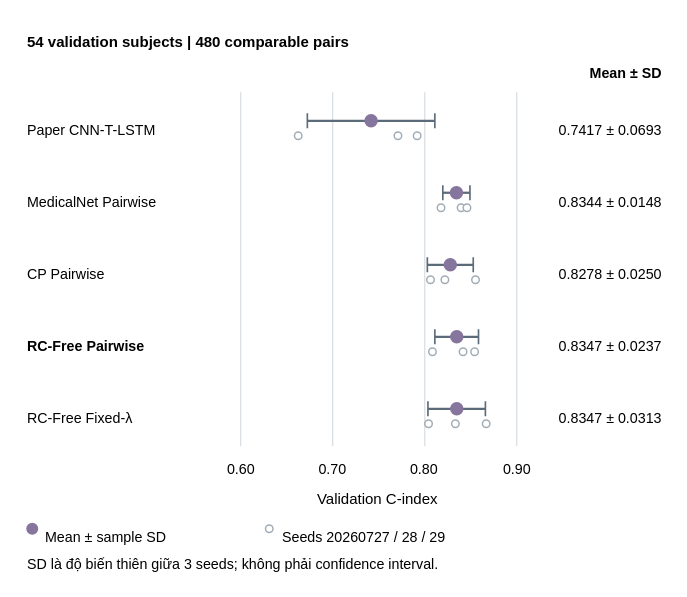
moimoi05/kltn keeps this draw.io diagram as figures_source/standardized-benchmark.drawio. Above is the earlier version. Source tidied: cells renumbered, new cells numbered last; positions are measured from the earlier drawing's top-left corner, leaving out a move shared by most shapes. Both pictures are drawn from the tidied source at 150%, with x=0, y=0 at pixel (27, 26).
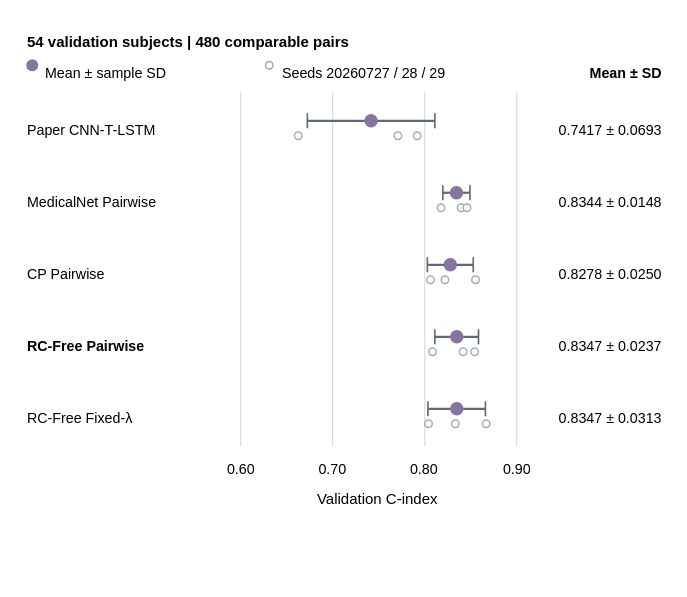
The same page after the edit.

Change to the diagram source:
```diff
@@
     <mxCell id="58" style="html=1;fontFamily=Arial;fontColor=#000000;whiteSpace=wrap;ellipse;fillColor=#86759D;strokeColor=#86759D;strokeWidth=1;fontSize=12;" parent="1" vertex="1">
-      <mxGeometry x="-0.5" y="331.5" width="7" height="7" as="geometry" />
+      <mxGeometry x="-0.5" y="22.5" width="7" height="7" as="geometry" />
     </mxCell>
     <mxCell id="59" value="Mean ± sample SD" style="html=1;fontFamily=Arial;fontColor=#000000;whiteSpace=wrap;text;strokeColor=none;fillColor=none;fontSize=9.5;fontStyle=0;align=left;verticalAlign=top;spacing=0;" parent="1" vertex="1">
-      <mxGeometry x="12" y="330" width="82.7" height="11.8" as="geometry" />
+      <mxGeometry x="12" y="21" width="82.7" height="11.8" as="geometry" />
     </mxCell>
     <mxCell id="60" style="html=1;fontFamily=Arial;fontColor=#000000;whiteSpace=wrap;ellipse;fillColor=#FFFFFF;strokeColor=#A2ADB7;strokeWidth=1;fontSize=12;" parent="1" vertex="1">
-      <mxGeometry x="158.5" y="332.5" width="5" height="5" as="geometry" />
+      <mxGeometry x="158.5" y="23.5" width="5" height="5" as="geometry" />
     </mxCell>
     <mxCell id="61" value="Seeds 20260727 / 28 / 29" style="html=1;fontFamily=Arial;fontColor=#000000;whiteSpace=wrap;text;strokeColor=none;fillColor=none;fontSize=9.5;fontStyle=0;align=left;verticalAlign=top;spacing=0;" parent="1" vertex="1">
-      <mxGeometry x="170" y="330" width="110.8" height="11.8" as="geometry" />
+      <mxGeometry x="170" y="21" width="110.8" height="11.8" as="geometry" />
     </mxCell>
-    <mxCell id="62" value="SD là độ biến thiên giữa 3 seeds; không phải confidence interval." style="html=1;fontFamily=Arial;fontColor=#000000;whiteSpace=wrap;text;strokeColor=none;fillColor=none;fontSize=9.5;fontStyle=0;align=left;verticalAlign=top;spacing=0;" parent="1" vertex="1">
-      <mxGeometry y="348" width="276.1" height="11.8" as="geometry" />
-    </mxCell>
```
